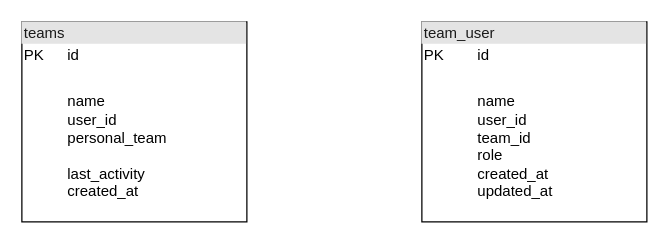
Earlier version of the draw.io diagram page "teams" (3 of 5) of diagrams.dio (Mdhesari/devicechi). Source tidied: cells renumbered, new cells numbered last; positions are measured from the earlier drawing's top-left corner, leaving out a move shared by most shapes. Both pictures are drawn from the tidied source at 125%, with x=0, y=0 at pixel (21, 21).
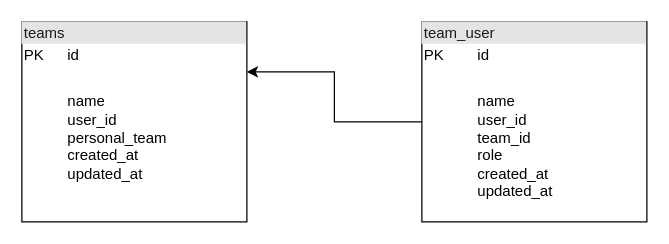
The same diagram, later.

Diff of the diagram source:
```diff
@@
 <mxGraphModel>
   <root>
     <mxCell id="0" />
     <mxCell id="1" parent="0" />
-    <mxCell id="2" value="&lt;div style=&quot;box-sizing: border-box ; width: 100% ; background: #e4e4e4 ; padding: 2px&quot;&gt;&lt;font color=&quot;#1a1a1a&quot;&gt;teams&lt;/font&gt;&lt;/div&gt;&lt;table style=&quot;width: 100% ; font-size: 1em&quot; cellpadding=&quot;2&quot; cellspacing=&quot;0&quot;&gt;&lt;tbody&gt;&lt;tr&gt;&lt;td&gt;PK&lt;/td&gt;&lt;td&gt;id&lt;/td&gt;&lt;/tr&gt;&lt;tr&gt;&lt;td&gt;&lt;br&gt;&lt;/td&gt;&lt;td&gt;&lt;br&gt;&lt;/td&gt;&lt;/tr&gt;&lt;tr&gt;&lt;td&gt;&lt;/td&gt;&lt;td&gt;name&lt;br&gt;user_id&lt;br&gt;personal_team&lt;br&gt;&lt;br&gt;last_activity&lt;br&gt;created_at&lt;/td&gt;&lt;/tr&gt;&lt;/tbody&gt;&lt;/table&gt;" style="verticalAlign=top;align=left;overflow=fill;html=1;" parent="1" vertex="1">
+    <mxCell id="2" value="&lt;div style=&quot;box-sizing: border-box ; width: 100% ; background: #e4e4e4 ; padding: 2px&quot;&gt;&lt;font color=&quot;#1a1a1a&quot;&gt;teams&lt;/font&gt;&lt;/div&gt;&lt;table style=&quot;width: 100% ; font-size: 1em&quot; cellpadding=&quot;2&quot; cellspacing=&quot;0&quot;&gt;&lt;tbody&gt;&lt;tr&gt;&lt;td&gt;PK&lt;/td&gt;&lt;td&gt;id&lt;/td&gt;&lt;/tr&gt;&lt;tr&gt;&lt;td&gt;&lt;br&gt;&lt;/td&gt;&lt;td&gt;&lt;br&gt;&lt;/td&gt;&lt;/tr&gt;&lt;tr&gt;&lt;td&gt;&lt;/td&gt;&lt;td&gt;name&lt;br&gt;user_id&lt;br&gt;personal_team&lt;br&gt;created_at&lt;br&gt;updated_at&lt;/td&gt;&lt;/tr&gt;&lt;/tbody&gt;&lt;/table&gt;" style="verticalAlign=top;align=left;overflow=fill;html=1;" parent="1" vertex="1">
       <mxGeometry width="180" height="160" as="geometry" />
     </mxCell>
+    <mxCell id="4" style="edgeStyle=orthogonalEdgeStyle;rounded=0;jettySize=auto;html=1;exitX=0;exitY=0.5;exitDx=0;exitDy=0;entryX=1;entryY=0.25;entryDx=0;entryDy=0;" parent="1" edge="1" source="3" target="2">
+      <mxGeometry relative="1" as="geometry" />
+    </mxCell>
     <mxCell id="3" value="&lt;div style=&quot;box-sizing: border-box ; width: 100% ; background: #e4e4e4 ; padding: 2px&quot;&gt;&lt;font color=&quot;#1a1a1a&quot;&gt;team_user&lt;/font&gt;&lt;/div&gt;&lt;table style=&quot;width: 100% ; font-size: 1em&quot; cellpadding=&quot;2&quot; cellspacing=&quot;0&quot;&gt;&lt;tbody&gt;&lt;tr&gt;&lt;td&gt;PK&lt;/td&gt;&lt;td&gt;id&lt;/td&gt;&lt;/tr&gt;&lt;tr&gt;&lt;td&gt;&lt;br&gt;&lt;/td&gt;&lt;td&gt;&lt;br&gt;&lt;/td&gt;&lt;/tr&gt;&lt;tr&gt;&lt;td&gt;&lt;/td&gt;&lt;td&gt;name&lt;br&gt;user_id&lt;br&gt;team_id&lt;br&gt;role&lt;br&gt;created_at&lt;br&gt;updated_at&lt;/td&gt;&lt;/tr&gt;&lt;/tbody&gt;&lt;/table&gt;" style="verticalAlign=top;align=left;overflow=fill;html=1;" parent="1" vertex="1">
       <mxGeometry x="320" width="180" height="160" as="geometry" />
     </mxCell>
   </root>
 </mxGraphModel>
```
